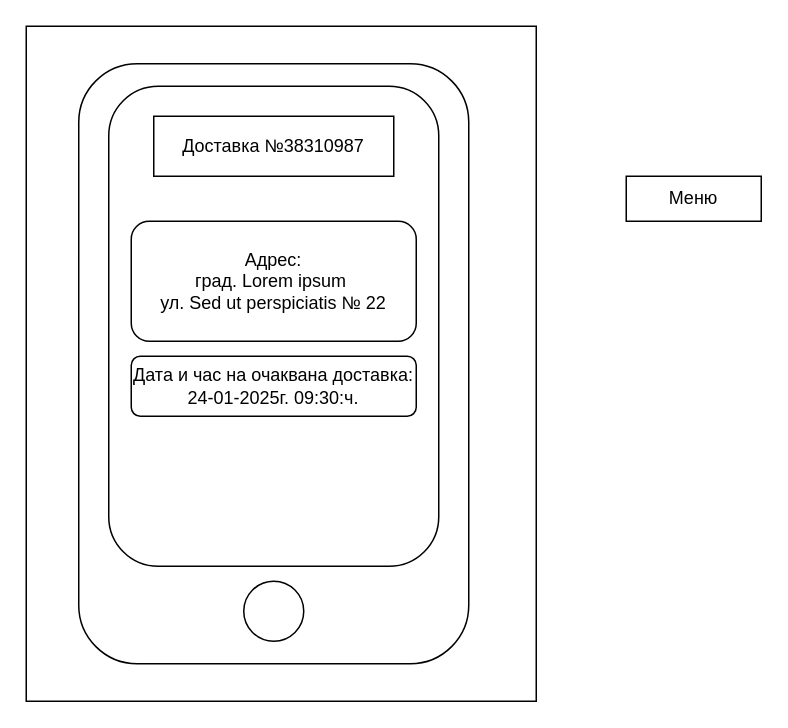
The draw.io diagram Chapter2/DeliveryScreen.drawio in profjordanov/phd, before the edit. Source tidied: cells renumbered, new cells numbered last; positions are measured from the earlier drawing's top-left corner, leaving out a move shared by most shapes. Both pictures are drawn from the tidied source at 150%, with x=0, y=0 at pixel (26, 26).
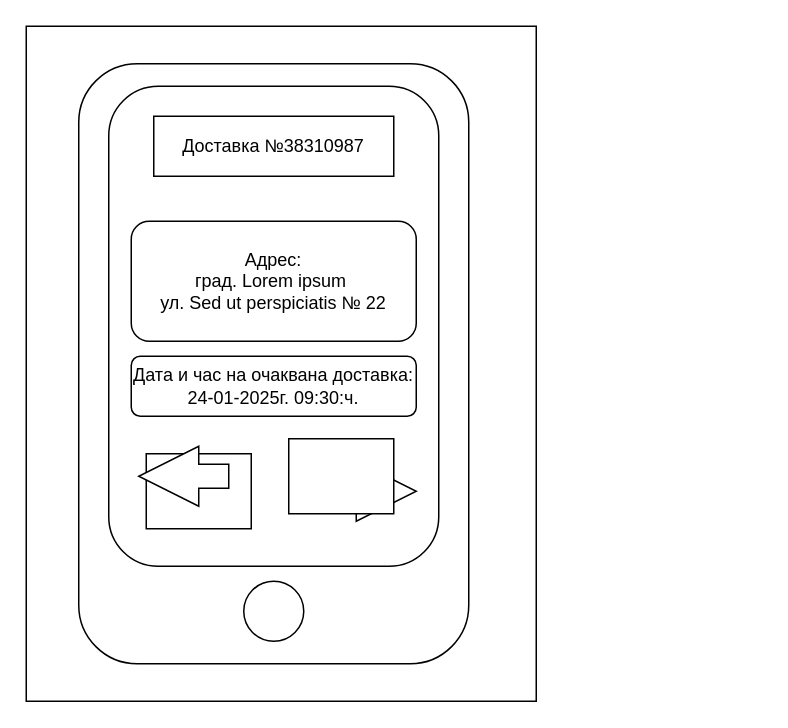
The same page after the edit.

The edit, as a diff of the source:
```diff
@@
 <mxGraphModel>
   <root>
     <mxCell id="0" />
     <mxCell id="1" parent="0" />
     <mxCell id="2" style="rounded=0;whiteSpace=wrap;html=1;" parent="1" vertex="1">
       <mxGeometry width="340" height="450" as="geometry" />
     </mxCell>
     <mxCell id="3" style="rounded=1;whiteSpace=wrap;html=1;" parent="1" vertex="1">
       <mxGeometry x="35" y="25" width="260" height="400" as="geometry" />
     </mxCell>
     <mxCell id="4" style="rounded=1;whiteSpace=wrap;html=1;" parent="1" vertex="1">
       <mxGeometry x="55" y="40" width="220" height="320" as="geometry" />
     </mxCell>
     <mxCell id="5" value="Доставка №38310987" style="rounded=0;whiteSpace=wrap;html=1;" parent="1" vertex="1">
       <mxGeometry x="85" y="60" width="160" height="40" as="geometry" />
     </mxCell>
     <mxCell id="6" value="Дата и час на очаквана доставка:&lt;br&gt;24-01-2025г. 09:30:ч." style="rounded=1;whiteSpace=wrap;html=1;" parent="1" vertex="1">
       <mxGeometry x="70" y="220" width="190" height="40" as="geometry" />
     </mxCell>
     <mxCell id="7" value="Адрес:&lt;br&gt;град.&amp;nbsp;Lorem ipsum&amp;nbsp;&lt;br&gt;ул.&amp;nbsp;Sed ut perspiciatis № 22" style="rounded=1;whiteSpace=wrap;html=1;" parent="1" vertex="1">
       <mxGeometry x="70" y="130" width="190" height="80" as="geometry" />
     </mxCell>
     <mxCell id="8" style="ellipse;whiteSpace=wrap;html=1;" parent="1" vertex="1">
       <mxGeometry x="145" y="370" width="40" height="40" as="geometry" />
     </mxCell>
-    <mxCell id="9" value="Меню" style="rounded=0;whiteSpace=wrap;html=1;" parent="1" vertex="1">
-      <mxGeometry x="400" y="100" width="90" height="30" as="geometry" />
-    </mxCell>
+    <mxCell id="10" style="html=1;shadow=0;dashed=0;align=center;verticalAlign=middle;shape=mxgraph.arrows2.arrow;dy=0.6;dx=40;flipH=1;notch=0;direction=west;" parent="1" vertex="1">
+      <mxGeometry x="200" y="290" width="60" height="40" as="geometry" />
+    </mxCell>
+    <mxCell id="11" style="rounded=0;whiteSpace=wrap;html=1;" parent="1" vertex="1">
+      <mxGeometry x="175" y="275" width="70" height="50" as="geometry" />
+    </mxCell>
+    <mxCell id="12" style="rounded=0;whiteSpace=wrap;html=1;" parent="1" vertex="1">
+      <mxGeometry x="80" y="285" width="70" height="50" as="geometry" />
+    </mxCell>
+    <mxCell id="13" style="html=1;shadow=0;dashed=0;align=center;verticalAlign=middle;shape=mxgraph.arrows2.arrow;dy=0.6;dx=40;flipH=1;notch=0;" parent="1" vertex="1">
+      <mxGeometry x="75" y="280" width="60" height="40" as="geometry" />
+    </mxCell>
   </root>
 </mxGraphModel>
```
